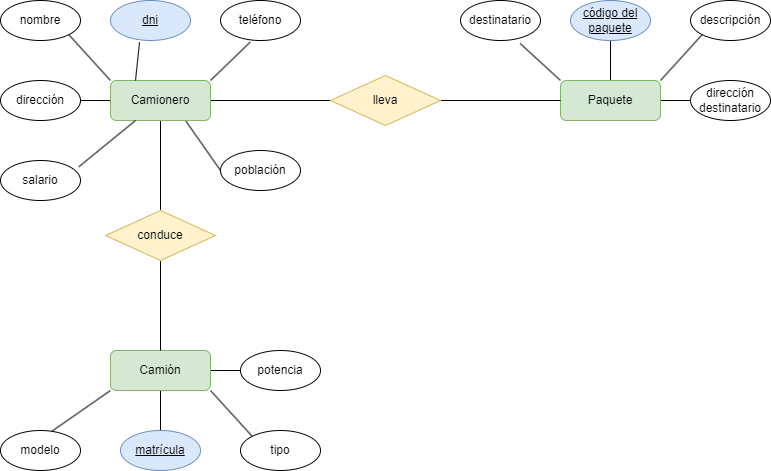
Above: Unidad-1/Tareas/Tarea-3/Ejercicio4.drawio.png in LuisMGlez/base-datos (draw.io), before the change. Source tidied: cells renumbered, new cells last; positions are measured from the earlier drawing's top-left corner, leaving out a move shared by most shapes.
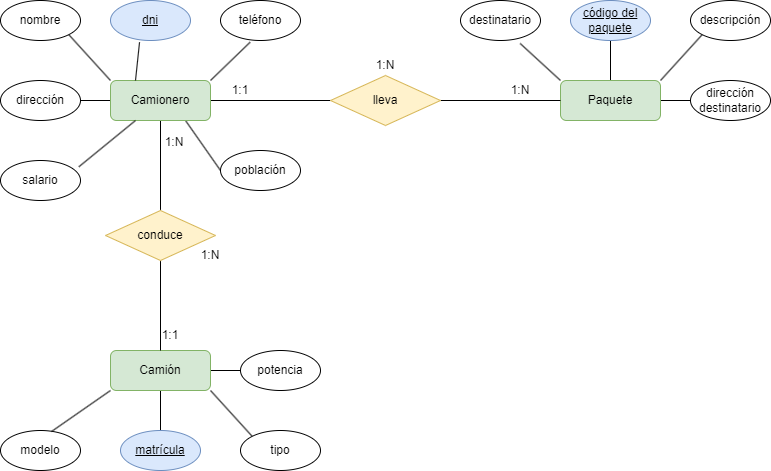
The same diagram one commit later.

Diff of the diagram source:
```diff
@@ -113,5 +113,23 @@
     <mxCell id="38" style="rounded=0;jettySize=auto;html=1;exitX=0;exitY=1;exitDx=0;exitDy=0;entryX=0.638;entryY=0.025;entryDx=0;entryDy=0;entryPerimeter=0;endArrow=none;endFill=0;" parent="1" edge="1" source="11" target="32">
       <mxGeometry relative="1" as="geometry" />
     </mxCell>
+    <mxCell id="39" value="1:N" style="text;strokeColor=none;align=center;fillColor=none;html=1;verticalAlign=middle;whiteSpace=wrap;rounded=0;" parent="1" vertex="1">
+      <mxGeometry x="490" y="75" width="60" height="30" as="geometry" />
+    </mxCell>
+    <mxCell id="40" value="1:1" style="text;strokeColor=none;align=center;fillColor=none;html=1;verticalAlign=middle;whiteSpace=wrap;rounded=0;" parent="1" vertex="1">
+      <mxGeometry x="210" y="75" width="60" height="30" as="geometry" />
+    </mxCell>
+    <mxCell id="41" value="1:1" style="text;strokeColor=none;align=center;fillColor=none;html=1;verticalAlign=middle;whiteSpace=wrap;rounded=0;" parent="1" vertex="1">
+      <mxGeometry x="140" y="320" width="60" height="30" as="geometry" />
+    </mxCell>
+    <mxCell id="42" value="1:N" style="text;strokeColor=none;align=center;fillColor=none;html=1;verticalAlign=middle;whiteSpace=wrap;rounded=0;" parent="1" vertex="1">
+      <mxGeometry x="355" y="50" width="60" height="30" as="geometry" />
+    </mxCell>
+    <mxCell id="43" value="1:N" style="text;strokeColor=none;align=center;fillColor=none;html=1;verticalAlign=middle;whiteSpace=wrap;rounded=0;" parent="1" vertex="1">
+      <mxGeometry x="144" y="127" width="60" height="30" as="geometry" />
+    </mxCell>
+    <mxCell id="44" value="1:N" style="text;strokeColor=none;align=center;fillColor=none;html=1;verticalAlign=middle;whiteSpace=wrap;rounded=0;" parent="1" vertex="1">
+      <mxGeometry x="180" y="240" width="60" height="30" as="geometry" />
+    </mxCell>
   </root>
 </mxGraphModel>
```
